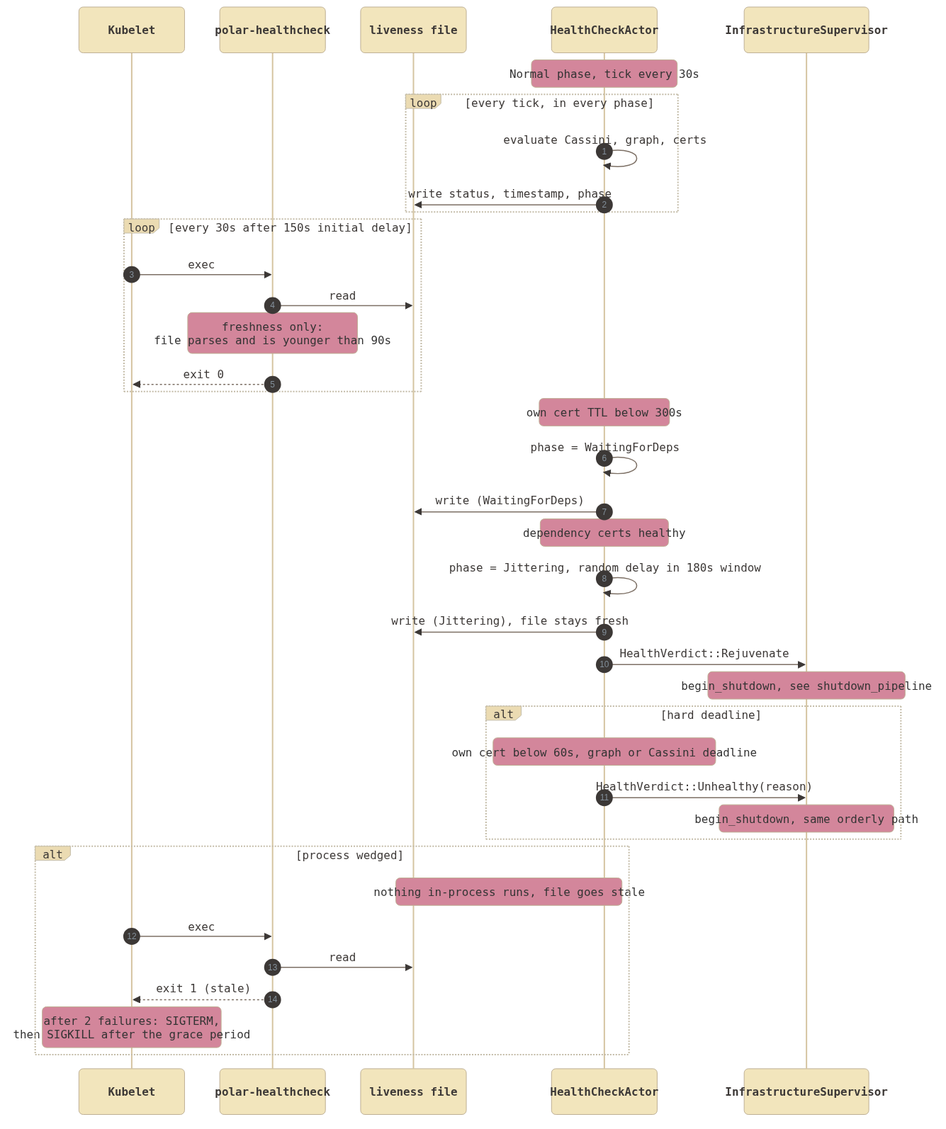
cmu-sei/Polar keeps this Mermaid diagram as docs/architecture/sequences/general/health_rejuvenation.png. Above is the earlier version. Its source is kept beside it as docs/architecture/sequences/general/health_rejuvenation.mmd. Source of this version:
```mermaid
sequenceDiagram
    participant Kubelet
    participant Probe as polar-healthcheck
    participant File as liveness file
    participant Health as HealthCheckActor
    participant Infra as InfrastructureSupervisor

    autonumber
    Note over Health: Normal phase, tick every 30s
    loop every tick, in every phase
        Health->>Health: evaluate Cassini, graph, certs
        Health->>File: write status, timestamp, phase
    end

    loop every 30s after 150s initial delay
        Kubelet->>Probe: exec
        Probe->>File: read
        Note over Probe: freshness only:<br/>file parses and is younger than 90s
        Probe-->>Kubelet: exit 0
    end

    Note over Health: own cert TTL below 300s
    Health->>Health: phase = WaitingForDeps
    Health->>File: write (WaitingForDeps)
    Note over Health: dependency certs healthy
    Health->>Health: phase = Jittering, random delay in 180s window
    Health->>File: write (Jittering), file stays fresh
    Health->>Infra: HealthVerdict::Rejuvenate
    Note over Infra: begin_shutdown, see shutdown_pipeline

    alt hard deadline
        Note over Health: own cert below 60s, graph or Cassini deadline
        Health->>Infra: HealthVerdict::Unhealthy(reason)
        Note over Infra: begin_shutdown, same orderly path
    end

    alt process wedged
        Note over Health,File: nothing in-process runs, file goes stale
        Kubelet->>Probe: exec
        Probe->>File: read
        Probe-->>Kubelet: exit 1 (stale)
        Note over Kubelet: after 2 failures: SIGTERM,<br/>then SIGKILL after the grace period
    end
```
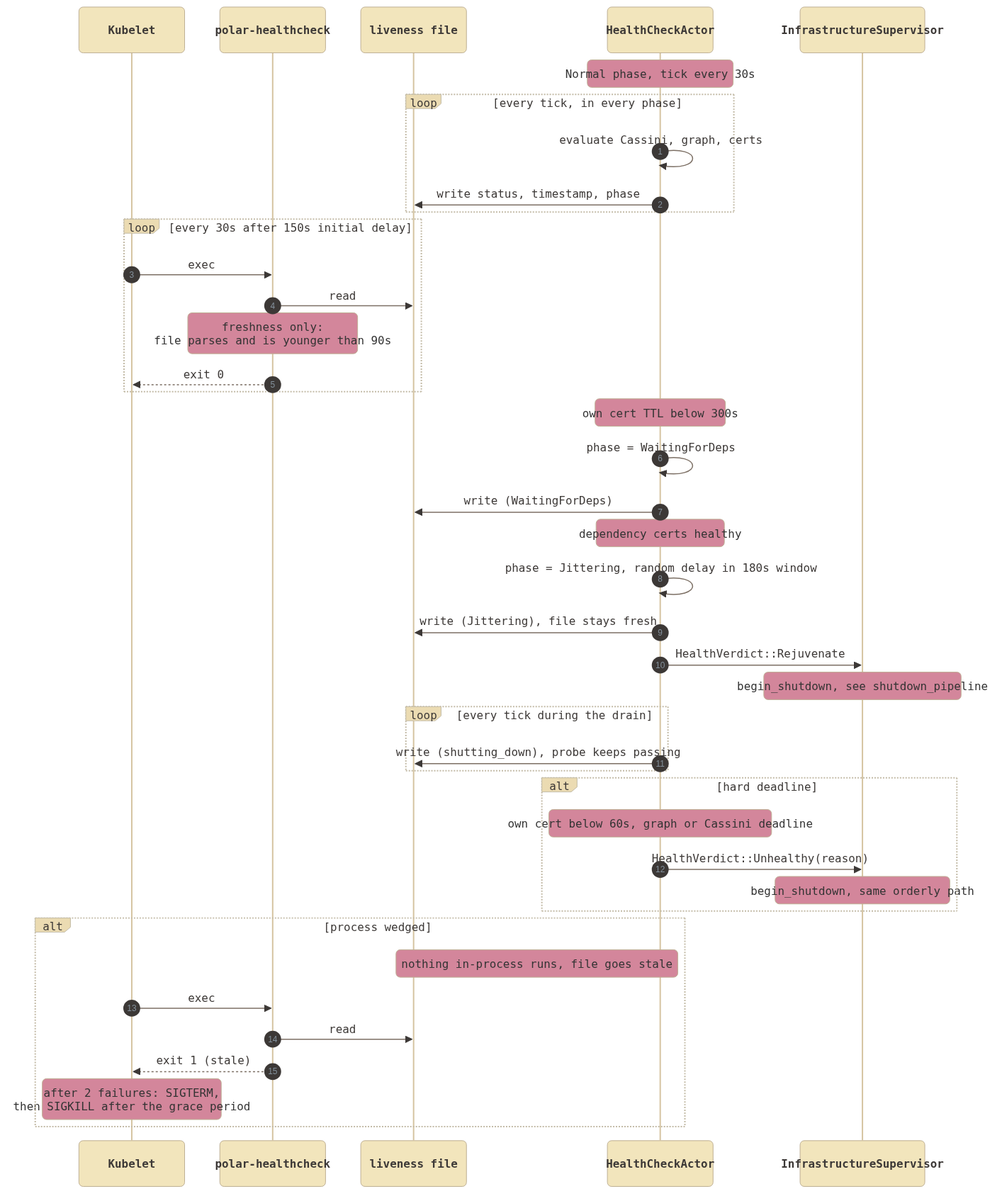
The same file after the commit.

Commit message:
fix(polar-healthcheck): make the liveness probe a freshness check and prove it with a kubelet simulation

Diff of the diagram source:
```diff
@@ -27,6 +27,9 @@
     Health->>File: write (Jittering), file stays fresh
     Health->>Infra: HealthVerdict::Rejuvenate
     Note over Infra: begin_shutdown, see shutdown_pipeline
+    loop every tick during the drain
+        Health->>File: write (shutting_down), probe keeps passing
+    end
 
     alt hard deadline
         Note over Health: own cert below 60s, graph or Cassini deadline
```
